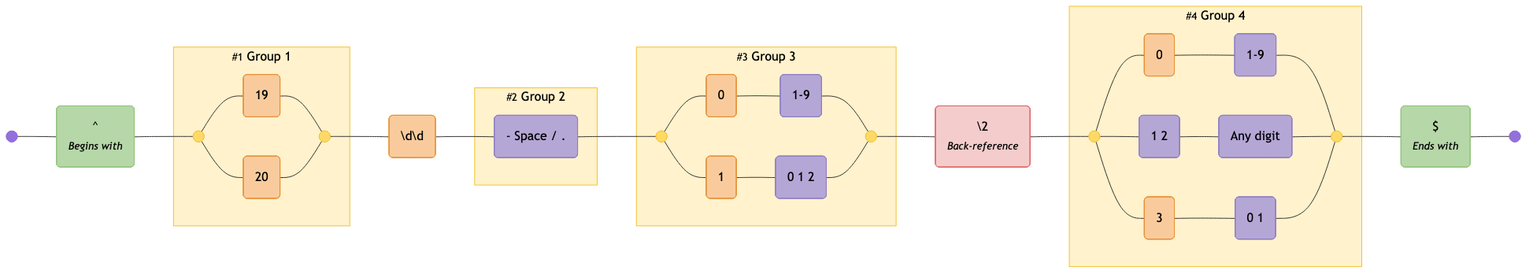
Earlier version of the Mermaid export diagrams/date-iso8601.mermaid-diagram.png (tayles/regex-to-mermaid). Its source is kept beside it as diagrams/date-iso8601.mermaid.
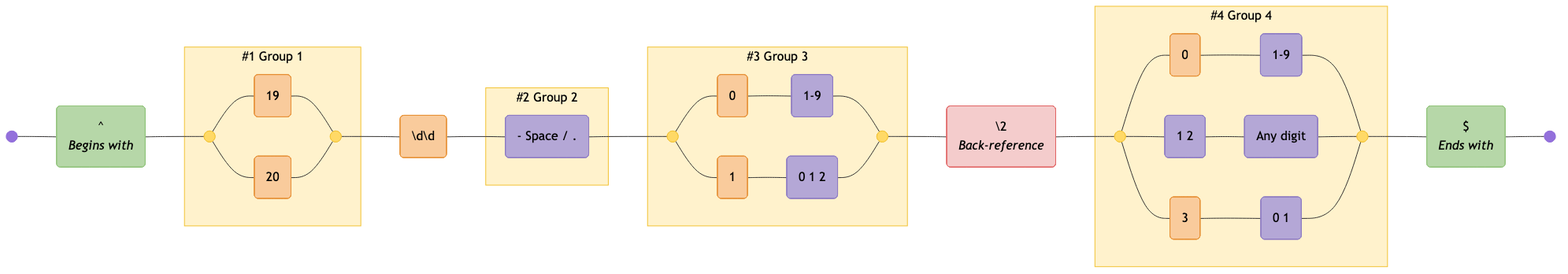
After the change.

Diff of the diagram source:
```diff
@@ -4,7 +4,7 @@
 
   start@{ shape: f-circ };
   fin@{ shape: f-circ };
-  assertion_1("^<br><i><small>Begins with</small></i>"):::assertion;
+  assertion_1("^<br><i>Begins with</i>"):::assertion;
   disjunction_begin_1:::disjunction@{ shape: f-circ };
   disjunction_end_1:::disjunction@{ shape: f-circ };
   literal_1("19"):::literal;
@@ -17,7 +17,7 @@
   char_class_2("1-9"):::char-class;
   literal_5("1"):::literal;
   char_class_3("0 1 2"):::char-class;
-  back_reference_1("\2<br><i><small>Back-reference</small></i>"):::back-reference;
+  back_reference_1("\2<br><i>Back-reference</i>"):::back-reference;
   disjunction_begin_3:::disjunction@{ shape: f-circ };
   disjunction_end_3:::disjunction@{ shape: f-circ };
   literal_6("0"):::literal;
@@ -26,20 +26,20 @@
   char_class_6("Any digit"):::char-class;
   literal_7("3"):::literal;
   char_class_7("0 1"):::char-class;
-  assertion_2("$<br><i><small>Ends with</small></i>"):::assertion;
+  assertion_2("$<br><i>Ends with</i>"):::assertion;
 
-  subgraph standard_1 ["<small>#1</small> Group 1"]
+  subgraph standard_1 ["#1 Group 1"]
     disjunction_begin_1
     disjunction_end_1
     literal_1
     literal_2
   end
 
-  subgraph standard_2 ["<small>#2</small> Group 2"]
+  subgraph standard_2 ["#2 Group 2"]
     char_class_1
   end
 
-  subgraph standard_3 ["<small>#3</small> Group 3"]
+  subgraph standard_3 ["#3 Group 3"]
     disjunction_begin_2
     disjunction_end_2
     literal_4
@@ -48,7 +48,7 @@
     char_class_3
   end
 
-  subgraph standard_4 ["<small>#4</small> Group 4"]
+  subgraph standard_4 ["#4 Group 4"]
     disjunction_begin_3
     disjunction_end_3
     literal_6
```
